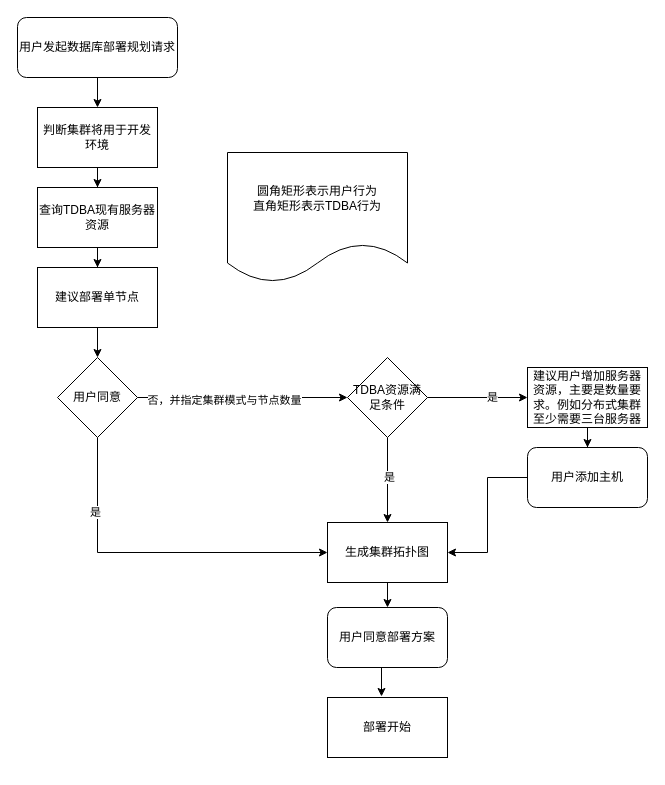
Before: tdba-deploy-flowchart-开发.drawio in tryantdb/repo_for_drawio, a draw.io diagram. Source tidied: cells renumbered, new cells numbered last; positions are measured from the earlier drawing's top-left corner, leaving out a move shared by most shapes. Both pictures are drawn from the tidied source at 100%, with x=0, y=0 at pixel (17, 17).
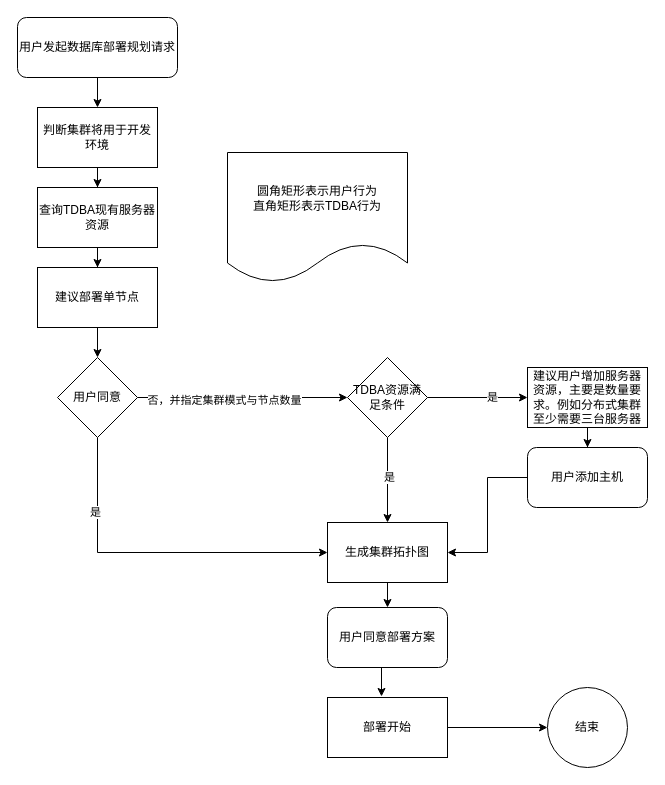
The same diagram, later.

The change refers to these unchanged cells:
```xml
<mxCell id="28" value="部署开始" style="rounded=0;whiteSpace=wrap;html=1;" parent="1" vertex="1">
  <mxGeometry x="310" y="680" width="120" height="60" as="geometry" />
</mxCell>
```

Change to the diagram source:
```diff
@@
+    <mxCell id="30" style="edgeStyle=orthogonalEdgeStyle;rounded=0;jettySize=auto;html=1;" parent="1" edge="1" source="28" target="31">
+      <mxGeometry relative="1" as="geometry" />
+    </mxCell>
@@
+    <mxCell id="31" value="结束" style="ellipse;whiteSpace=wrap;html=1;rounded=0;" parent="1" vertex="1">
+      <mxGeometry x="530" y="670" width="80" height="80" as="geometry" />
+    </mxCell>
```
